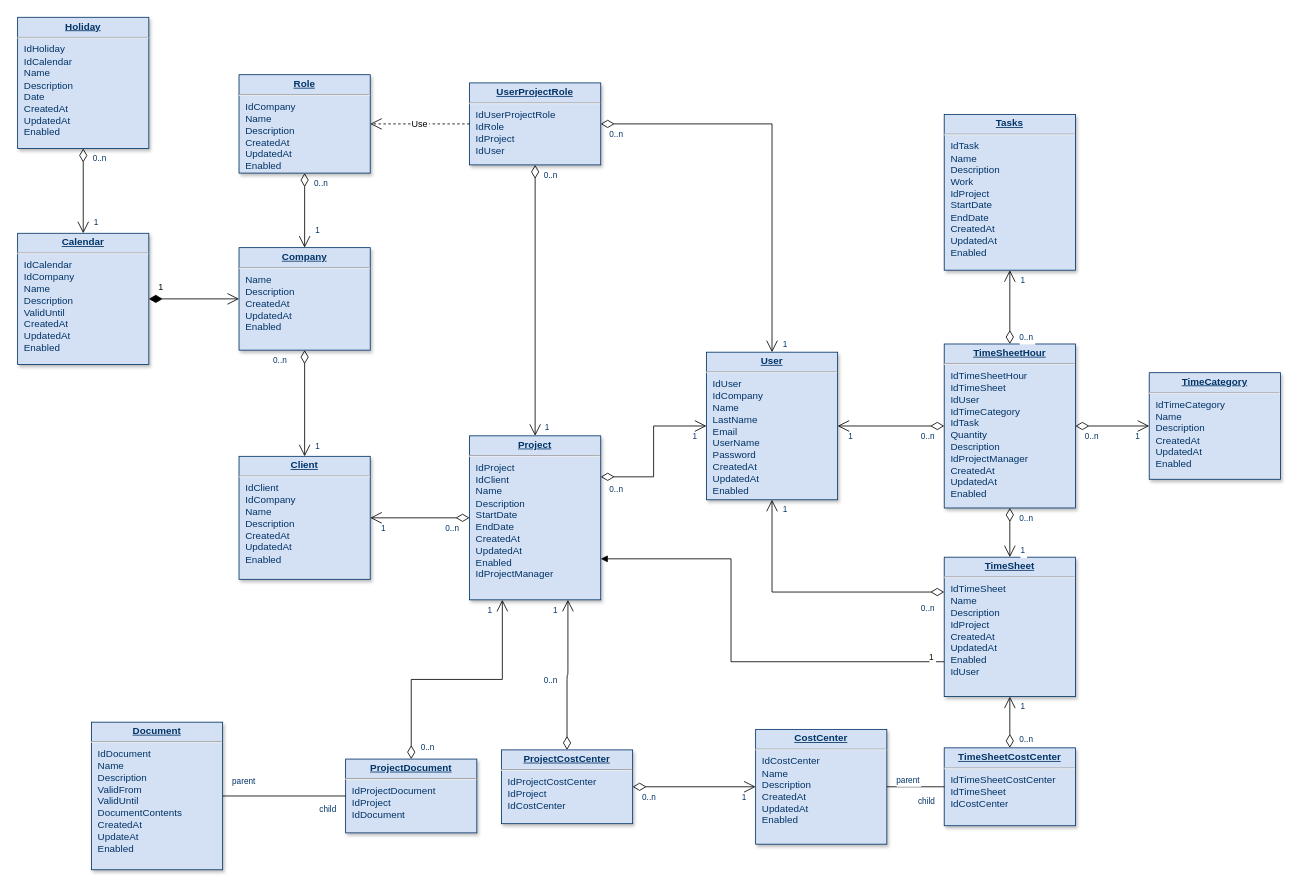
Earlier version of the draw.io diagram Untitled Diagram.drawio (EBilous/R_D-test-repo). Source tidied: cells renumbered, new cells numbered last; positions are measured from the earlier drawing's top-left corner, leaving out a move shared by most shapes. Both pictures are drawn from the tidied source at 82%, with x=0, y=0 at pixel (17, 17).
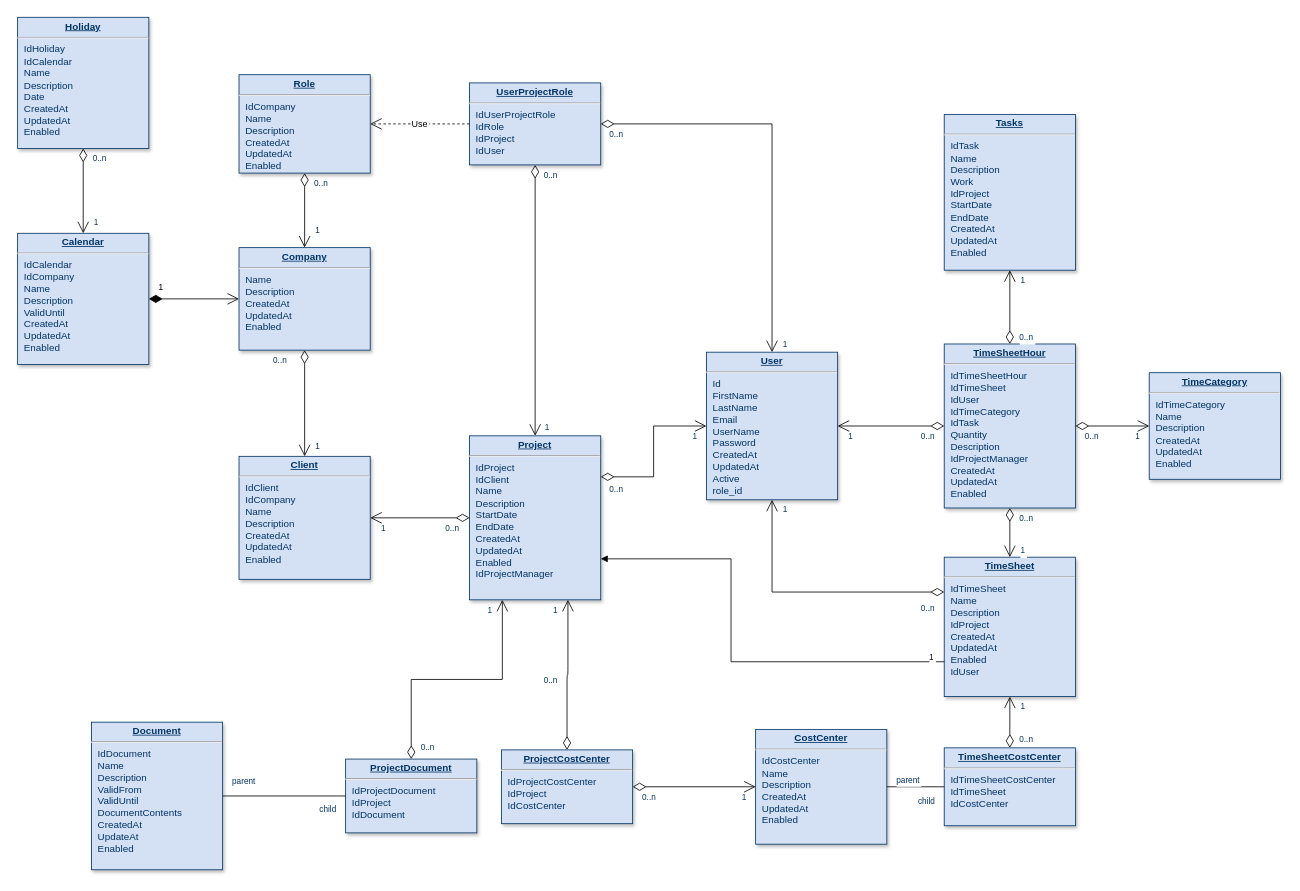
After the change.

Change to the diagram source:
```diff
@@
-    <mxCell id="5" value="&lt;p style=&quot;margin: 0px; margin-top: 4px; text-align: center; text-decoration: underline;&quot;&gt;&lt;strong&gt;User&lt;/strong&gt;&lt;/p&gt;&lt;hr /&gt;&lt;p style=&quot;margin: 0px; margin-left: 8px;&quot;&gt;IdUser&lt;/p&gt;&lt;p style=&quot;margin: 0px; margin-left: 8px;&quot;&gt;IdCompany&lt;/p&gt;&lt;p style=&quot;margin: 0px; margin-left: 8px;&quot;&gt;Name&lt;/p&gt;&lt;p style=&quot;margin: 0px; margin-left: 8px;&quot;&gt;LastName&lt;/p&gt;&lt;p style=&quot;margin: 0px; margin-left: 8px;&quot;&gt;Email&lt;/p&gt;&lt;p style=&quot;margin: 0px; margin-left: 8px;&quot;&gt;UserName&lt;/p&gt;&lt;p style=&quot;margin: 0px; margin-left: 8px;&quot;&gt;Password&lt;/p&gt;&lt;p style=&quot;margin: 0px; margin-left: 8px;&quot;&gt;CreatedAt&lt;/p&gt;&lt;p style=&quot;margin: 0px; margin-left: 8px;&quot;&gt;UpdatedAt&lt;/p&gt;&lt;p style=&quot;margin: 0px; margin-left: 8px;&quot;&gt;Enabled&lt;/p&gt;" style="verticalAlign=top;align=left;overflow=fill;fontSize=12;fontFamily=Helvetica;html=1;strokeColor=#003366;shadow=1;fillColor=#D4E1F5;fontColor=#003366;" parent="1" vertex="1">
+    <mxCell id="5" value="&lt;p style=&quot;margin: 0px; margin-top: 4px; text-align: center; text-decoration: underline;&quot;&gt;&lt;strong&gt;User&lt;/strong&gt;&lt;/p&gt;&lt;hr&gt;&lt;p style=&quot;margin: 0px; margin-left: 8px;&quot;&gt;Id&lt;/p&gt;&lt;p style=&quot;margin: 0px; margin-left: 8px;&quot;&gt;FirstName&lt;/p&gt;&lt;p style=&quot;margin: 0px; margin-left: 8px;&quot;&gt;LastName&lt;/p&gt;&lt;p style=&quot;margin: 0px; margin-left: 8px;&quot;&gt;Email&lt;/p&gt;&lt;p style=&quot;margin: 0px; margin-left: 8px;&quot;&gt;UserName&lt;/p&gt;&lt;p style=&quot;margin: 0px; margin-left: 8px;&quot;&gt;Password&lt;/p&gt;&lt;p style=&quot;margin: 0px; margin-left: 8px;&quot;&gt;CreatedAt&lt;/p&gt;&lt;p style=&quot;margin: 0px; margin-left: 8px;&quot;&gt;UpdatedAt&lt;/p&gt;&lt;p style=&quot;margin: 0px; margin-left: 8px;&quot;&gt;Active&lt;br&gt;role_id&lt;/p&gt;" style="verticalAlign=top;align=left;overflow=fill;fontSize=12;fontFamily=Helvetica;html=1;strokeColor=#003366;shadow=1;fillColor=#D4E1F5;fontColor=#003366;" parent="1" vertex="1">
       <mxGeometry x="840" y="408" width="160" height="180" as="geometry" />
     </mxCell>
```
